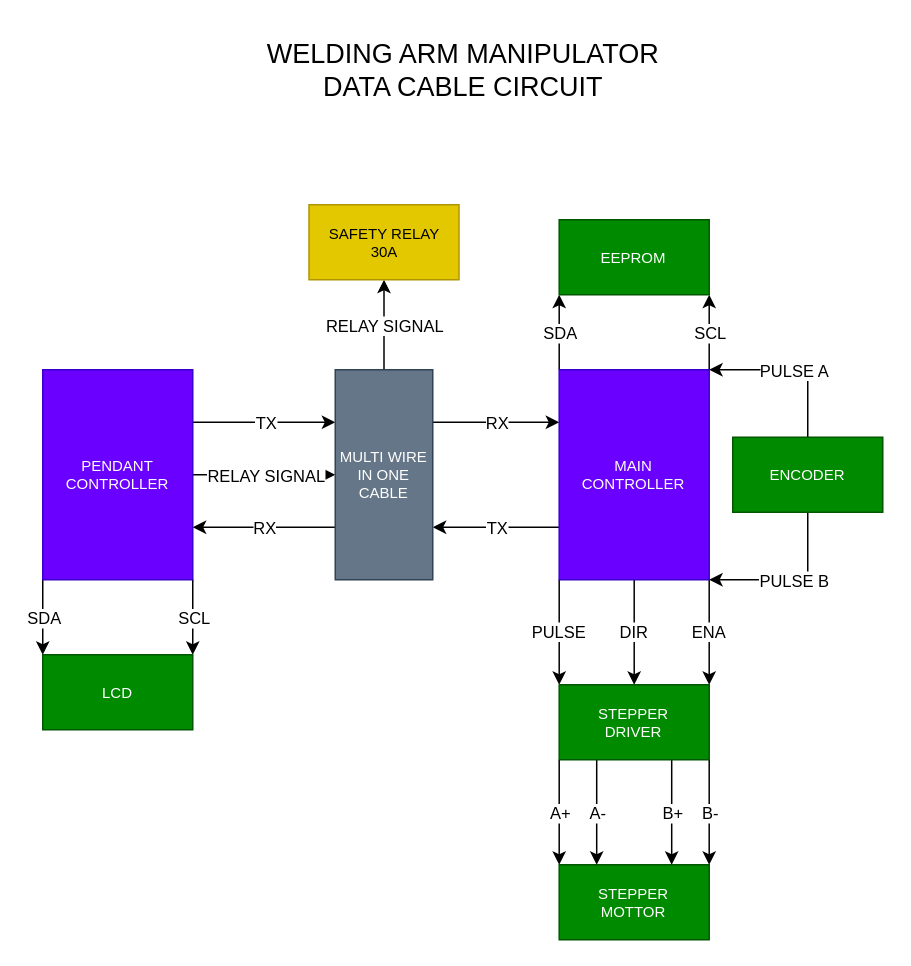
The draw.io diagram Breakdown/Arm Manipulator Data Cable Circuit.drawio in AlfonsusGiovanni/Welding-Arm-Manipulator, before the edit. Source tidied: cells renumbered, new cells numbered last; positions are measured from the earlier drawing's top-left corner, leaving out a move shared by most shapes. Both pictures are drawn from the tidied source at 150%, with x=0, y=0 at pixel (42, 26).
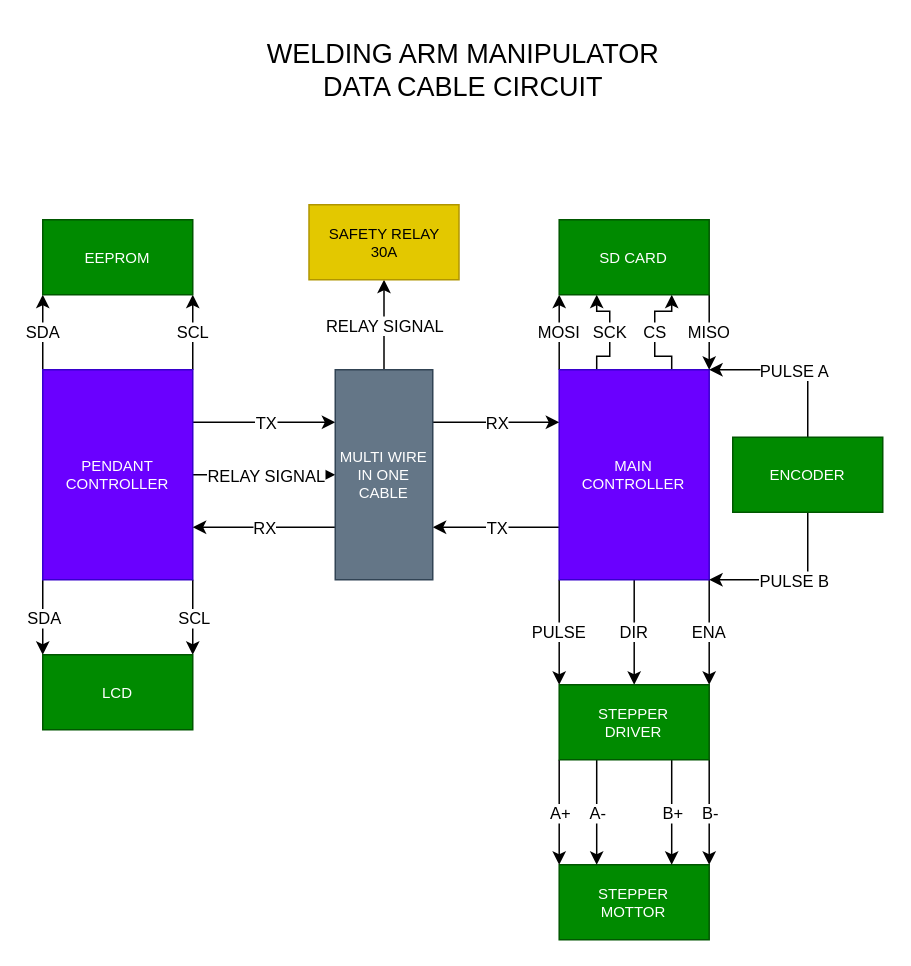
The same diagram, later.

The change refers to these unchanged cells:
```xml
<mxCell id="11" value="PENDANT CONTROLLER" style="rounded=0;whiteSpace=wrap;html=1;fontSize=10;fillColor=#6a00ff;fontColor=#ffffff;strokeColor=#3700CC;" parent="1" vertex="1">
  <mxGeometry y="229" width="100" height="140" as="geometry" />
</mxCell>
<mxCell id="22" value="MAIN&lt;div&gt;CONTROLLER&lt;/div&gt;" style="rounded=0;whiteSpace=wrap;html=1;fontSize=10;fillColor=#6a00ff;fontColor=#ffffff;strokeColor=#3700CC;" parent="1" vertex="1">
  <mxGeometry x="344.3" y="229" width="100" height="140" as="geometry" />
</mxCell>
```

Change to the diagram source:
```diff
@@
+    <mxCell id="21" value="SCL" style="edgeStyle=orthogonalEdgeStyle;rounded=0;jettySize=auto;html=1;exitX=1;exitY=0;exitDx=0;exitDy=0;entryX=1;entryY=1;entryDx=0;entryDy=0;" parent="1" edge="1" source="11" target="47">
+      <mxGeometry relative="1" as="geometry" />
+    </mxCell>
+    <mxCell id="18" value="SDA" style="edgeStyle=orthogonalEdgeStyle;rounded=0;jettySize=auto;html=1;exitX=0;exitY=0;exitDx=0;exitDy=0;entryX=0;entryY=1;entryDx=0;entryDy=0;" parent="1" edge="1" source="11" target="47">
+      <mxGeometry relative="1" as="geometry" />
+    </mxCell>
@@
-    <mxCell id="17" style="edgeStyle=orthogonalEdgeStyle;rounded=0;jettySize=auto;html=1;exitX=0;exitY=0;exitDx=0;exitDy=0;entryX=0;entryY=1;entryDx=0;entryDy=0;" parent="1" edge="1" source="22" target="47">
-      <mxGeometry relative="1" as="geometry" />
-    </mxCell>
-    <mxCell id="18" value="SDA" style="edgeLabel;html=1;align=center;verticalAlign=middle;" parent="17" vertex="1">
-      <mxGeometry relative="1" as="geometry" />
-    </mxCell>
-    <mxCell id="19" style="edgeStyle=orthogonalEdgeStyle;rounded=0;jettySize=auto;html=1;exitX=1;exitY=0;exitDx=0;exitDy=0;entryX=1;entryY=1;entryDx=0;entryDy=0;" parent="1" edge="1" source="22" target="47">
-      <mxGeometry relative="1" as="geometry" />
-    </mxCell>
-    <mxCell id="20" style="edgeLabel;html=1;align=center;verticalAlign=middle;" parent="19" vertex="1">
-      <mxGeometry x="0.17" relative="1" as="geometry" />
-    </mxCell>
-    <mxCell id="21" value="SCL" style="edgeLabel;html=1;align=center;verticalAlign=middle;" parent="19" vertex="1">
-      <mxGeometry relative="1" as="geometry" />
-    </mxCell>
+    <mxCell id="48" value="MOSI" style="edgeStyle=orthogonalEdgeStyle;rounded=0;jettySize=auto;html=1;exitX=0;exitY=0;exitDx=0;exitDy=0;entryX=0;entryY=1;entryDx=0;entryDy=0;" parent="1" edge="1" source="22" target="52">
+      <mxGeometry relative="1" as="geometry" />
+    </mxCell>
+    <mxCell id="49" value="CS" style="edgeStyle=orthogonalEdgeStyle;rounded=0;jettySize=auto;html=1;exitX=0.75;exitY=0;exitDx=0;exitDy=0;entryX=0.75;entryY=1;entryDx=0;entryDy=0;" parent="1" edge="1" source="22" target="52">
+      <mxGeometry relative="1" as="geometry">
+        <Array as="points">
+          <mxPoint x="419" y="220" />
+          <mxPoint x="408" y="220" />
+          <mxPoint x="408" y="190" />
+          <mxPoint x="419" y="190" />
+        </Array>
+      </mxGeometry>
+    </mxCell>
+    <mxCell id="50" value="SCK" style="edgeStyle=orthogonalEdgeStyle;rounded=0;jettySize=auto;html=1;exitX=0.25;exitY=0;exitDx=0;exitDy=0;entryX=0.25;entryY=1;entryDx=0;entryDy=0;" parent="1" edge="1" source="22" target="52">
+      <mxGeometry relative="1" as="geometry">
+        <Array as="points">
+          <mxPoint x="369" y="220" />
+          <mxPoint x="378" y="220" />
+          <mxPoint x="378" y="190" />
+          <mxPoint x="369" y="190" />
+        </Array>
+      </mxGeometry>
+    </mxCell>
@@
     <mxCell id="47" value="EEPROM" style="rounded=0;whiteSpace=wrap;html=1;fontSize=10;fillColor=#008a00;fontColor=#ffffff;strokeColor=#005700;" parent="1" vertex="1">
-      <mxGeometry x="344.3" y="129" width="100" height="50" as="geometry" />
+      <mxGeometry y="129" width="100" height="50" as="geometry" />
     </mxCell>
+    <mxCell id="51" value="MISO" style="edgeStyle=orthogonalEdgeStyle;rounded=0;jettySize=auto;html=1;exitX=1;exitY=1;exitDx=0;exitDy=0;entryX=1;entryY=0;entryDx=0;entryDy=0;" parent="1" edge="1" source="52" target="22">
+      <mxGeometry relative="1" as="geometry" />
+    </mxCell>
+    <mxCell id="52" value="SD CARD" style="rounded=0;whiteSpace=wrap;html=1;fontSize=10;fillColor=#008a00;fontColor=#ffffff;strokeColor=#005700;" parent="1" vertex="1">
+      <mxGeometry x="344.3" y="129" width="100" height="50" as="geometry" />
+    </mxCell>
```
